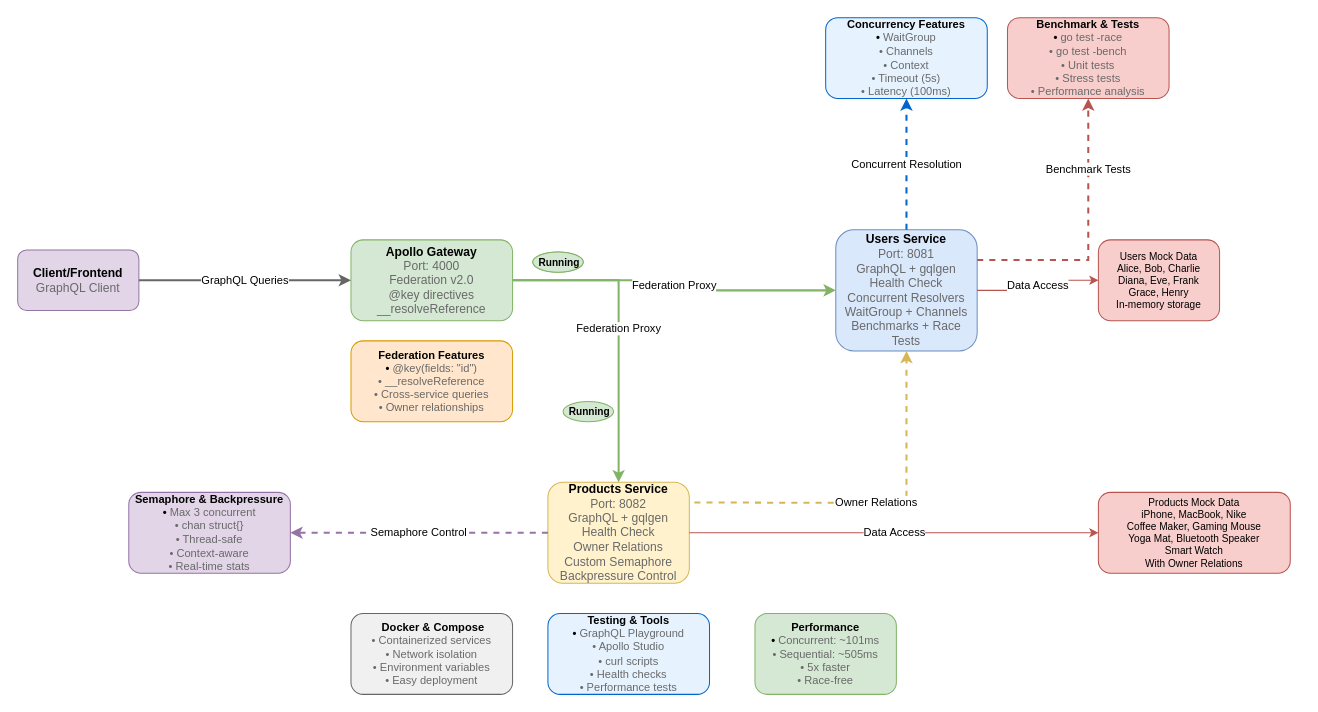
The draw.io diagram gofed/docs/arquitecture.drawio in lorenaziviani/go_fed, before the edit. Source tidied: cells renumbered, new cells numbered last; positions are measured from the earlier drawing's top-left corner, leaving out a move shared by most shapes. Both pictures are drawn from the tidied source at 101%, with x=0, y=0 at pixel (17, 17).
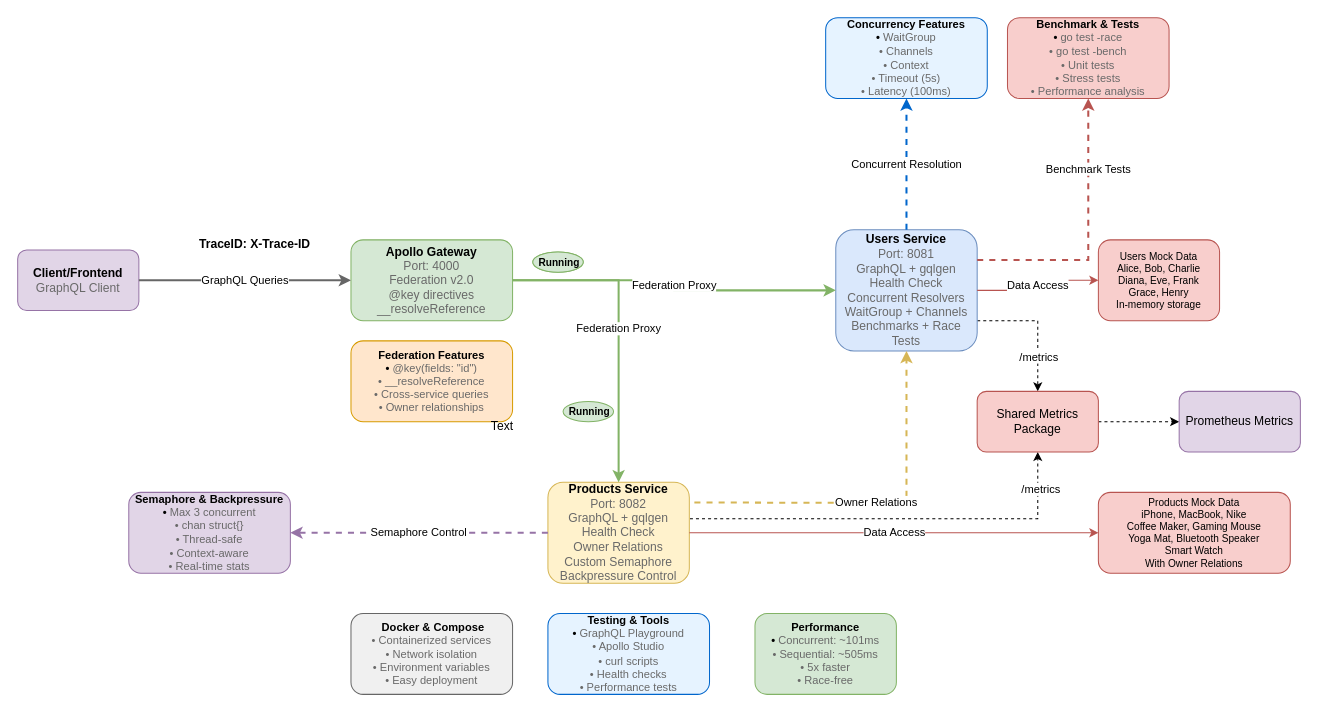
The same diagram, later.

The change refers to these unchanged cells:
```xml
<mxCell id="4" value="Users Service&lt;br&gt;&lt;span style=&quot;font-weight: normal;&quot;&gt;&lt;font style=&quot;color: rgb(105, 105, 105);&quot;&gt;Port: 8081&lt;br&gt;GraphQL + gqlgen&lt;br&gt;Health Check&lt;br&gt;Concurrent Resolvers&lt;br&gt;WaitGroup + Channels&lt;br&gt;Benchmarks + Race Tests&lt;/font&gt;&lt;/span&gt;" style="rounded=1;whiteSpace=wrap;html=1;fillColor=#dae8fc;strokeColor=#6c8ebf;fontSize=12;fontStyle=1;" parent="1" vertex="1">
  <mxGeometry x="810" y="210" width="140" height="120" as="geometry" />
</mxCell>
<mxCell id="5" value="Products Service&lt;br&gt;&lt;span style=&quot;font-weight: normal;&quot;&gt;&lt;font style=&quot;color: rgb(105, 105, 105);&quot;&gt;Port: 8082&lt;br&gt;GraphQL + gqlgen&lt;br&gt;Health Check&lt;br&gt;Owner Relations&lt;br&gt;Custom Semaphore&lt;br&gt;Backpressure Control&lt;/font&gt;&lt;/span&gt;" style="rounded=1;whiteSpace=wrap;html=1;fillColor=#fff2cc;strokeColor=#d6b656;fontSize=12;fontStyle=1;" parent="1" vertex="1">
  <mxGeometry x="525" y="460" width="140" height="100" as="geometry" />
</mxCell>
```

Change to the diagram source:
```diff
@@
+    <mxCell id="27" style="edgeStyle=orthogonalEdgeStyle;html=1;entryX=0.5;entryY=0;entryDx=0;entryDy=0;dashed=1;rounded=0;curved=0;exitX=1;exitY=0.75;exitDx=0;exitDy=0;" parent="1" edge="1" source="4" target="32">
+      <mxGeometry relative="1" as="geometry" />
+    </mxCell>
+    <mxCell id="28" value="/metrics" style="edgeLabel;html=1;align=center;verticalAlign=middle;" parent="27" vertex="1">
+      <mxGeometry x="0.46" relative="1" as="geometry" />
+    </mxCell>
@@
+    <mxCell id="29" style="edgeStyle=orthogonalEdgeStyle;html=1;entryX=0.5;entryY=1;entryDx=0;entryDy=0;dashed=1;rounded=0;curved=0;exitX=1.004;exitY=0.36;exitDx=0;exitDy=0;exitPerimeter=0;" parent="1" edge="1" source="5" target="32">
+      <mxGeometry relative="1" as="geometry" />
+    </mxCell>
+    <mxCell id="30" value="/metrics" style="edgeLabel;html=1;align=center;verticalAlign=middle;" parent="29" vertex="1">
+      <mxGeometry x="0.82" y="-1" relative="1" as="geometry">
+        <mxPoint x="1" as="offset" />
+      </mxGeometry>
+    </mxCell>
@@
+    <mxCell id="31" style="edgeStyle=none;html=1;dashed=1;" parent="1" edge="1" source="32" target="33">
+      <mxGeometry relative="1" as="geometry" />
+    </mxCell>
+    <mxCell id="32" value="&lt;span style=&quot;color: rgb(0, 0, 0);&quot;&gt;Shared Metrics&lt;/span&gt;&lt;br&gt;&lt;span style=&quot;color: rgb(0, 0, 0);&quot;&gt;Package&lt;/span&gt;" style="rounded=1;whiteSpace=wrap;html=1;fillColor=#f8cecc;strokeColor=#b85450;" parent="1" vertex="1">
+      <mxGeometry x="950" y="370" width="120" height="60" as="geometry" />
+    </mxCell>
+    <mxCell id="33" value="Prometheus Metrics" style="rounded=1;whiteSpace=wrap;html=1;fillColor=#e1d5e7;strokeColor=#9673a6;" parent="1" vertex="1">
+      <mxGeometry x="1150" y="370" width="120" height="60" as="geometry" />
+    </mxCell>
+    <mxCell id="34" value="Text" style="text;html=1;align=center;verticalAlign=middle;whiteSpace=wrap;rounded=0;" parent="1" vertex="1">
+      <mxGeometry x="450" y="390" width="60" height="30" as="geometry" />
+    </mxCell>
+    <mxCell id="35" value="&lt;span style=&quot;color: rgb(0, 0, 0);&quot;&gt;TraceID: X-Trace-ID&lt;/span&gt;" style="text;html=1;align=center;verticalAlign=middle;whiteSpace=wrap;rounded=0;fontStyle=1;" parent="1" vertex="1">
+      <mxGeometry x="170" y="210" width="130" height="30" as="geometry" />
+    </mxCell>
```
